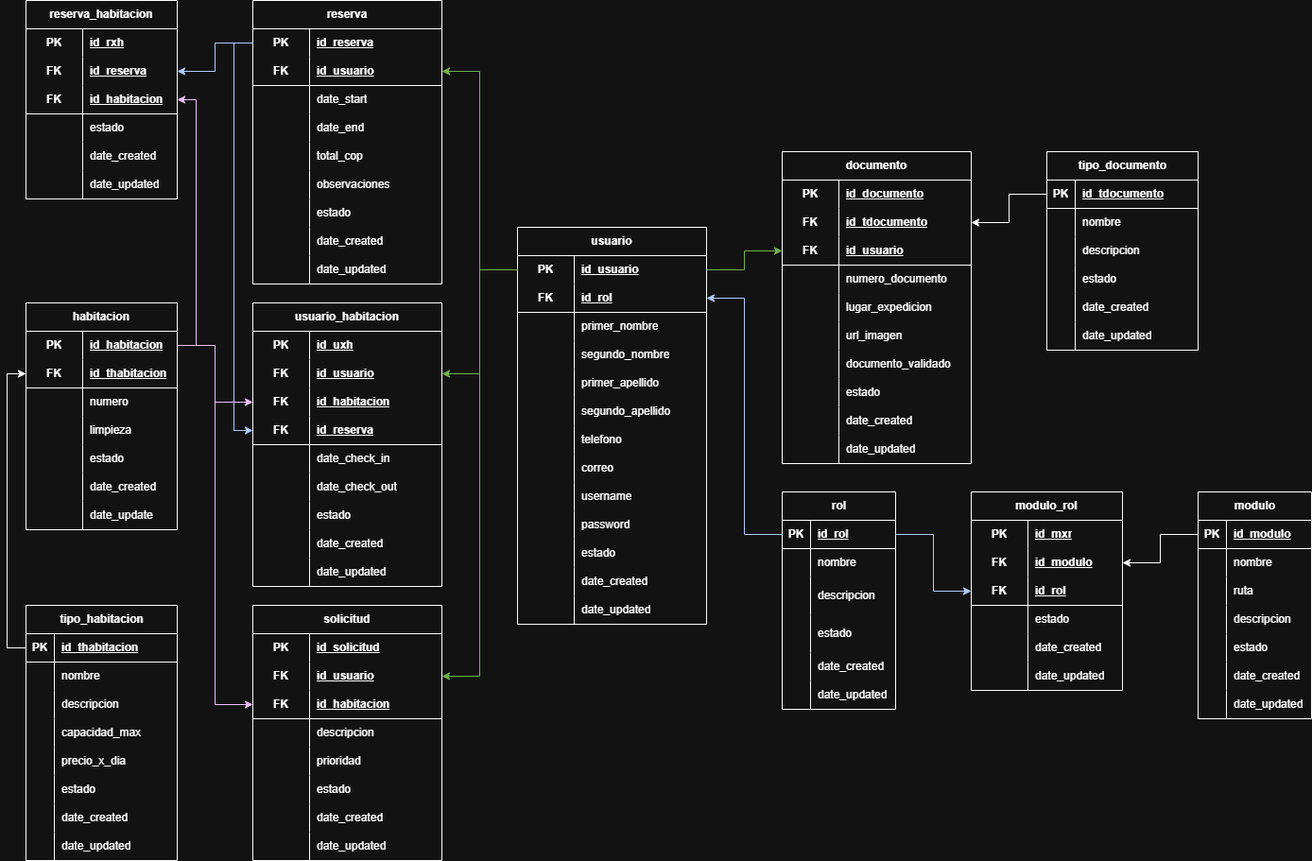
Sxnty-19/InnT_FastAPI keeps this draw.io diagram as app/sql/BD - Design.png. Above is the earlier version. Source tidied: cells renumbered, new cells last; positions are measured from the earlier drawing's top-left corner, leaving out a move shared by most shapes.
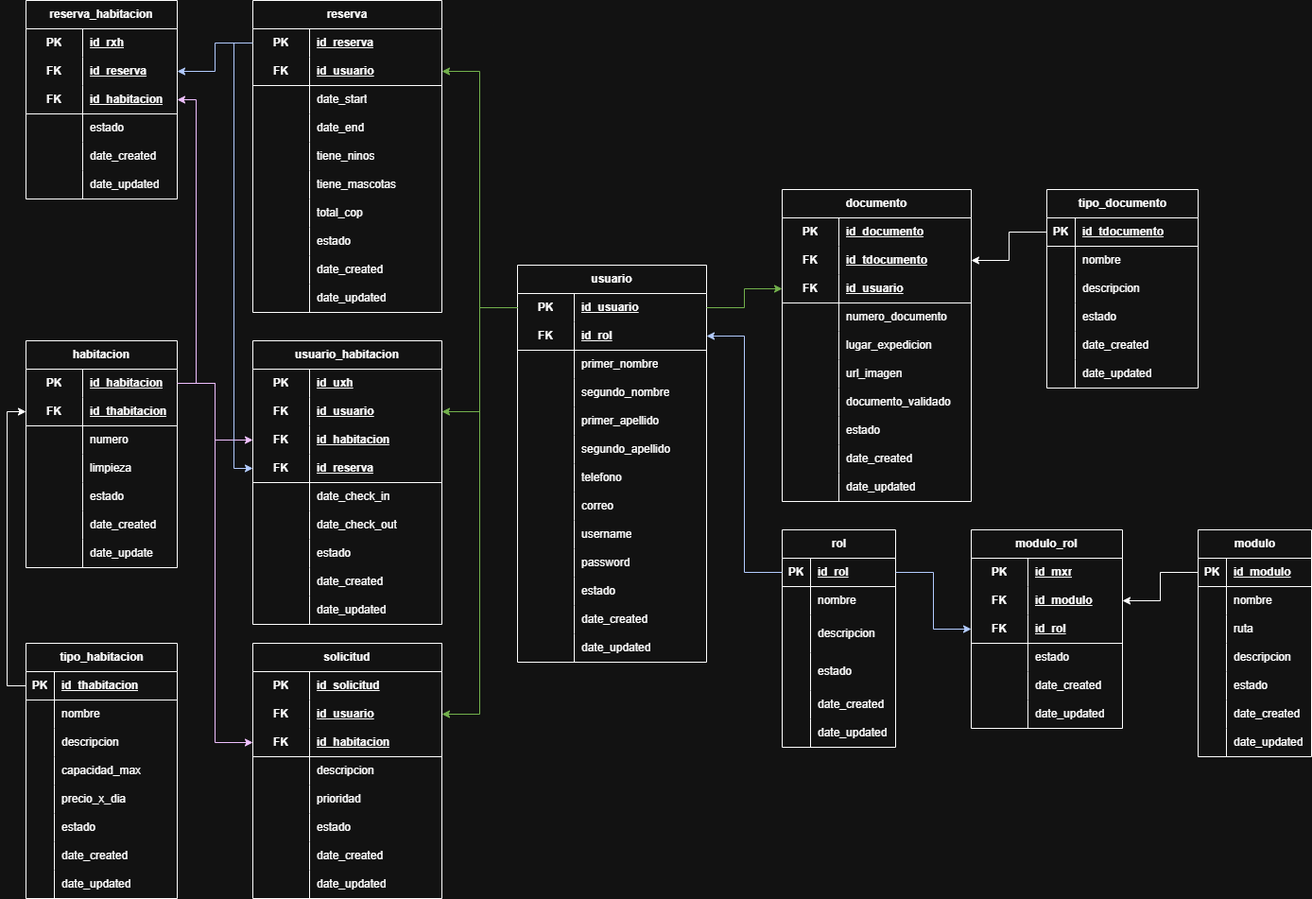
After the commit.

The edit, as a diff of the source:
```diff
@@ -471,7 +471,7 @@
       <mxGeometry x="60" width="100" height="30" as="geometry" />
     </mxCell>
     <mxCell id="158" value="reserva" style="shape=table;startSize=30;rowLines=0;fontStyle=1;align=center;html=1;whiteSpace=wrap;" parent="1" vertex="1">
-      <mxGeometry x="240" width="200" height="300" as="geometry" />
+      <mxGeometry x="240" y="-40" width="200" height="330" as="geometry" />
     </mxCell>
     <mxCell id="159" style="shape=tableRow;horizontal=0;startSize=0;swimlaneHead=0;swimlaneBody=0;fillColor=none;points=[[0,0.5],[1,0.5]];portConstraint=eastwest;top=0;left=0;right=0;bottom=0;html=1;" parent="158" vertex="1">
       <mxGeometry y="30" width="200" height="30" as="geometry" />
@@ -509,8 +509,26 @@
     <mxCell id="170" value="date_end" style="shape=partialRectangle;fillColor=none;top=0;left=0;bottom=0;right=0;align=left;spacingLeft=6;overflow=hidden;html=1;whiteSpace=wrap;" parent="168" vertex="1">
       <mxGeometry x="60" width="140" height="30" as="geometry" />
     </mxCell>
+    <mxCell id="313" style="shape=tableRow;horizontal=0;startSize=0;swimlaneHead=0;swimlaneBody=0;fillColor=none;top=0;left=0;right=0;bottom=0;html=1;" parent="158" vertex="1">
+      <mxGeometry y="150" width="200" height="30" as="geometry" />
+    </mxCell>
+    <mxCell id="314" style="shape=partialRectangle;fillColor=none;top=0;left=0;bottom=0;right=0;overflow=hidden;html=1;whiteSpace=wrap;" parent="313" vertex="1">
+      <mxGeometry width="60" height="30" as="geometry" />
+    </mxCell>
+    <mxCell id="315" value="tiene_ninos" style="shape=partialRectangle;fillColor=none;top=0;left=0;bottom=0;right=0;align=left;spacingLeft=6;overflow=hidden;html=1;whiteSpace=wrap;" parent="313" vertex="1">
+      <mxGeometry x="60" width="140" height="30" as="geometry" />
+    </mxCell>
+    <mxCell id="174" style="shape=tableRow;horizontal=0;startSize=0;swimlaneHead=0;swimlaneBody=0;fillColor=none;top=0;left=0;right=0;bottom=0;html=1;" parent="158" vertex="1">
+      <mxGeometry y="180" width="200" height="30" as="geometry" />
+    </mxCell>
+    <mxCell id="316" style="shape=partialRectangle;fillColor=none;top=0;left=0;bottom=0;right=0;overflow=hidden;html=1;whiteSpace=wrap;" parent="174" vertex="1">
+      <mxGeometry width="60" height="30" as="geometry" />
+    </mxCell>
+    <mxCell id="317" value="tiene_mascotas" style="shape=partialRectangle;fillColor=none;top=0;left=0;bottom=0;right=0;align=left;spacingLeft=6;overflow=hidden;html=1;whiteSpace=wrap;" parent="174" vertex="1">
+      <mxGeometry x="60" width="140" height="30" as="geometry" />
+    </mxCell>
     <mxCell id="171" style="shape=tableRow;horizontal=0;startSize=0;swimlaneHead=0;swimlaneBody=0;fillColor=none;top=0;left=0;right=0;bottom=0;html=1;" parent="158" vertex="1">
-      <mxGeometry y="150" width="200" height="30" as="geometry" />
+      <mxGeometry y="210" width="200" height="30" as="geometry" />
     </mxCell>
     <mxCell id="172" style="shape=partialRectangle;fillColor=none;top=0;left=0;bottom=0;right=0;overflow=hidden;html=1;whiteSpace=wrap;" parent="171" vertex="1">
       <mxGeometry width="60" height="30" as="geometry" />
@@ -518,17 +536,8 @@
     <mxCell id="173" value="total_cop" style="shape=partialRectangle;fillColor=none;top=0;left=0;bottom=0;right=0;align=left;spacingLeft=6;overflow=hidden;html=1;whiteSpace=wrap;" parent="171" vertex="1">
       <mxGeometry x="60" width="140" height="30" as="geometry" />
     </mxCell>
-    <mxCell id="174" style="shape=tableRow;horizontal=0;startSize=0;swimlaneHead=0;swimlaneBody=0;fillColor=none;top=0;left=0;right=0;bottom=0;html=1;" parent="158" vertex="1">
-      <mxGeometry y="180" width="200" height="30" as="geometry" />
-    </mxCell>
-    <mxCell id="175" style="shape=partialRectangle;fillColor=none;top=0;left=0;bottom=0;right=0;overflow=hidden;html=1;whiteSpace=wrap;" parent="174" vertex="1">
-      <mxGeometry width="60" height="30" as="geometry" />
-    </mxCell>
-    <mxCell id="176" value="observaciones" style="shape=partialRectangle;fillColor=none;top=0;left=0;bottom=0;right=0;align=left;spacingLeft=6;overflow=hidden;html=1;whiteSpace=wrap;" parent="174" vertex="1">
-      <mxGeometry x="60" width="140" height="30" as="geometry" />
-    </mxCell>
     <mxCell id="177" style="shape=tableRow;horizontal=0;startSize=0;swimlaneHead=0;swimlaneBody=0;fillColor=none;top=0;left=0;right=0;bottom=0;html=1;" parent="158" vertex="1">
-      <mxGeometry y="210" width="200" height="30" as="geometry" />
+      <mxGeometry y="240" width="200" height="30" as="geometry" />
     </mxCell>
     <mxCell id="178" style="shape=partialRectangle;fillColor=none;top=0;left=0;bottom=0;right=0;overflow=hidden;html=1;whiteSpace=wrap;" parent="177" vertex="1">
       <mxGeometry width="60" height="30" as="geometry" />
@@ -537,7 +546,7 @@
       <mxGeometry x="60" width="140" height="30" as="geometry" />
     </mxCell>
     <mxCell id="180" style="shape=tableRow;horizontal=0;startSize=0;swimlaneHead=0;swimlaneBody=0;fillColor=none;top=0;left=0;right=0;bottom=0;html=1;" parent="158" vertex="1">
-      <mxGeometry y="240" width="200" height="30" as="geometry" />
+      <mxGeometry y="270" width="200" height="30" as="geometry" />
     </mxCell>
     <mxCell id="181" style="shape=partialRectangle;fillColor=none;top=0;left=0;bottom=0;right=0;overflow=hidden;html=1;whiteSpace=wrap;" parent="180" vertex="1">
       <mxGeometry width="60" height="30" as="geometry" />
@@ -546,7 +555,7 @@
       <mxGeometry x="60" width="140" height="30" as="geometry" />
     </mxCell>
     <mxCell id="183" style="shape=tableRow;horizontal=0;startSize=0;swimlaneHead=0;swimlaneBody=0;fillColor=none;top=0;left=0;right=0;bottom=0;html=1;" parent="158" vertex="1">
-      <mxGeometry y="270" width="200" height="30" as="geometry" />
+      <mxGeometry y="300" width="200" height="30" as="geometry" />
     </mxCell>
     <mxCell id="184" style="shape=partialRectangle;fillColor=none;top=0;left=0;bottom=0;right=0;overflow=hidden;html=1;whiteSpace=wrap;" parent="183" vertex="1">
       <mxGeometry width="60" height="30" as="geometry" />
@@ -780,7 +789,7 @@
       <mxGeometry relative="1" as="geometry" />
     </mxCell>
     <mxCell id="261" value="reserva_habitacion" style="shape=table;startSize=30;rowLines=0;fontStyle=1;align=center;html=1;whiteSpace=wrap;" parent="1" vertex="1">
-      <mxGeometry width="160" height="210" as="geometry" />
+      <mxGeometry y="-40" width="160" height="210" as="geometry" />
     </mxCell>
     <mxCell id="262" style="shape=tableRow;horizontal=0;startSize=0;swimlaneHead=0;swimlaneBody=0;fillColor=none;top=0;left=0;right=0;bottom=0;html=1;" parent="261" vertex="1">
       <mxGeometry y="30" width="160" height="30" as="geometry" />
```
